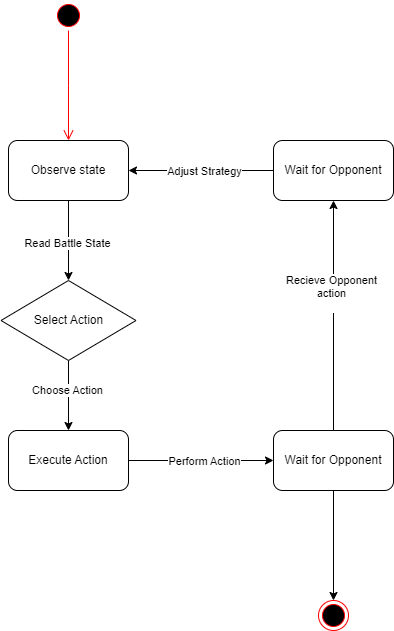
This is report/assets/StateMachine - V01.drawio.png from joachimhviid/pokemon-battle-bot, a draw.io export, as it was before one commit. Source tidied: cells renumbered, new cells last; positions are measured from the earlier drawing's top-left corner, leaving out a move shared by most shapes. Source of this version:
```xml
<mxGraphModel>
  <root>
    <mxCell id="0" />
    <mxCell id="1" parent="0" />
    <mxCell id="2" style="ellipse;html=1;shape=startState;fillColor=#000000;strokeColor=#ff0000;" parent="1" vertex="1">
      <mxGeometry x="52" width="30" height="30" as="geometry" />
    </mxCell>
    <mxCell id="3" style="edgeStyle=orthogonalEdgeStyle;html=1;verticalAlign=bottom;endArrow=open;endSize=8;strokeColor=#ff0000;rounded=0;" parent="1" edge="1" source="2">
      <mxGeometry relative="1" as="geometry">
        <mxPoint x="67" y="140" as="targetPoint" />
      </mxGeometry>
    </mxCell>
    <mxCell id="4" style="edgeStyle=orthogonalEdgeStyle;rounded=0;jettySize=auto;html=1;entryX=0.5;entryY=0;entryDx=0;entryDy=0;" parent="1" edge="1" source="6" target="9">
      <mxGeometry relative="1" as="geometry" />
    </mxCell>
    <mxCell id="5" value="Read Battle State" style="edgeLabel;html=1;align=center;verticalAlign=middle;" parent="4" vertex="1">
      <mxGeometry x="0.05" y="-2" relative="1" as="geometry" />
    </mxCell>
    <mxCell id="6" value="Observe state" style="rounded=1;whiteSpace=wrap;html=1;" parent="1" vertex="1">
      <mxGeometry x="7" y="140" width="120" height="60" as="geometry" />
    </mxCell>
    <mxCell id="7" style="edgeStyle=orthogonalEdgeStyle;rounded=0;jettySize=auto;html=1;entryX=0.5;entryY=0;entryDx=0;entryDy=0;" parent="1" edge="1" source="9" target="12">
      <mxGeometry relative="1" as="geometry" />
    </mxCell>
    <mxCell id="8" value="Choose Action" style="edgeLabel;html=1;align=center;verticalAlign=middle;" parent="7" vertex="1">
      <mxGeometry x="-0.17" y="-2" relative="1" as="geometry" />
    </mxCell>
    <mxCell id="9" value="Select Action" style="rhombus;whiteSpace=wrap;html=1;" parent="1" vertex="1">
      <mxGeometry x="-0.5" y="280" width="135" height="80" as="geometry" />
    </mxCell>
    <mxCell id="10" style="edgeStyle=orthogonalEdgeStyle;rounded=0;jettySize=auto;html=1;entryX=0;entryY=0.5;entryDx=0;entryDy=0;" parent="1" edge="1" source="12" target="16">
      <mxGeometry relative="1" as="geometry" />
    </mxCell>
    <mxCell id="11" value="Perform Action" style="edgeLabel;html=1;align=center;verticalAlign=middle;" parent="10" vertex="1">
      <mxGeometry x="0.16" relative="1" as="geometry">
        <mxPoint x="-9" as="offset" />
      </mxGeometry>
    </mxCell>
    <mxCell id="12" value="Execute Action" style="rounded=1;whiteSpace=wrap;html=1;" parent="1" vertex="1">
      <mxGeometry x="7" y="430" width="120" height="60" as="geometry" />
    </mxCell>
    <mxCell id="13" style="edgeStyle=orthogonalEdgeStyle;rounded=0;jettySize=auto;html=1;entryX=0.5;entryY=1;entryDx=0;entryDy=0;" parent="1" edge="1" source="16" target="19">
      <mxGeometry relative="1" as="geometry" />
    </mxCell>
    <mxCell id="14" value="Recieve Opponent&lt;div&gt;action&lt;/div&gt;&lt;div&gt;&lt;br&gt;&lt;/div&gt;" style="edgeLabel;html=1;align=center;verticalAlign=middle;" parent="13" vertex="1">
      <mxGeometry x="0.2" y="3" relative="1" as="geometry" />
    </mxCell>
    <mxCell id="15" style="edgeStyle=orthogonalEdgeStyle;rounded=0;jettySize=auto;html=1;entryX=0.5;entryY=0;entryDx=0;entryDy=0;" parent="1" edge="1" source="16" target="20">
      <mxGeometry relative="1" as="geometry" />
    </mxCell>
    <mxCell id="16" value="Wait for Opponent" style="rounded=1;whiteSpace=wrap;html=1;" parent="1" vertex="1">
      <mxGeometry x="272" y="430" width="120" height="60" as="geometry" />
    </mxCell>
    <mxCell id="17" style="edgeStyle=orthogonalEdgeStyle;rounded=0;jettySize=auto;html=1;entryX=1;entryY=0.5;entryDx=0;entryDy=0;" parent="1" edge="1" source="19" target="6">
      <mxGeometry relative="1" as="geometry" />
    </mxCell>
    <mxCell id="18" value="Adjust Strategy" style="edgeLabel;html=1;align=center;verticalAlign=middle;" parent="17" vertex="1">
      <mxGeometry x="0.17" relative="1" as="geometry">
        <mxPoint x="15" as="offset" />
      </mxGeometry>
    </mxCell>
    <mxCell id="19" value="Wait for Opponent" style="rounded=1;whiteSpace=wrap;html=1;" parent="1" vertex="1">
      <mxGeometry x="272" y="140" width="120" height="60" as="geometry" />
    </mxCell>
    <mxCell id="20" style="ellipse;html=1;shape=endState;fillColor=#000000;strokeColor=#ff0000;" parent="1" vertex="1">
      <mxGeometry x="317" y="600" width="30" height="30" as="geometry" />
    </mxCell>
  </root>
</mxGraphModel>
```
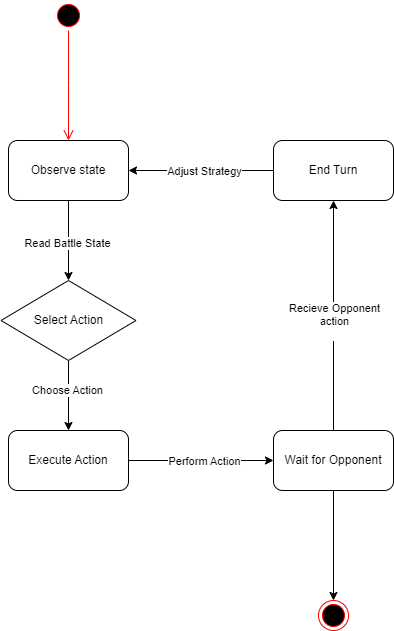
After the change.

Commit message:
State Machine diagram update

What changed in the source:
```diff
@@ -43,7 +43,9 @@
       <mxGeometry relative="1" as="geometry" />
     </mxCell>
     <mxCell id="14" value="Recieve Opponent&lt;div&gt;action&lt;/div&gt;&lt;div&gt;&lt;br&gt;&lt;/div&gt;" style="edgeLabel;html=1;align=center;verticalAlign=middle;" parent="13" vertex="1">
-      <mxGeometry x="0.2" y="3" relative="1" as="geometry" />
+      <mxGeometry x="0.2" y="3" relative="1" as="geometry">
+        <mxPoint x="3" y="28" as="offset" />
+      </mxGeometry>
     </mxCell>
     <mxCell id="15" style="edgeStyle=orthogonalEdgeStyle;rounded=0;jettySize=auto;html=1;entryX=0.5;entryY=0;entryDx=0;entryDy=0;" parent="1" edge="1" source="16" target="20">
       <mxGeometry relative="1" as="geometry" />
@@ -59,7 +61,7 @@
         <mxPoint x="15" as="offset" />
       </mxGeometry>
     </mxCell>
-    <mxCell id="19" value="Wait for Opponent" style="rounded=1;whiteSpace=wrap;html=1;" parent="1" vertex="1">
+    <mxCell id="19" value="End Turn" style="rounded=1;whiteSpace=wrap;html=1;" parent="1" vertex="1">
       <mxGeometry x="272" y="140" width="120" height="60" as="geometry" />
     </mxCell>
     <mxCell id="20" style="ellipse;html=1;shape=endState;fillColor=#000000;strokeColor=#ff0000;" parent="1" vertex="1">
```
